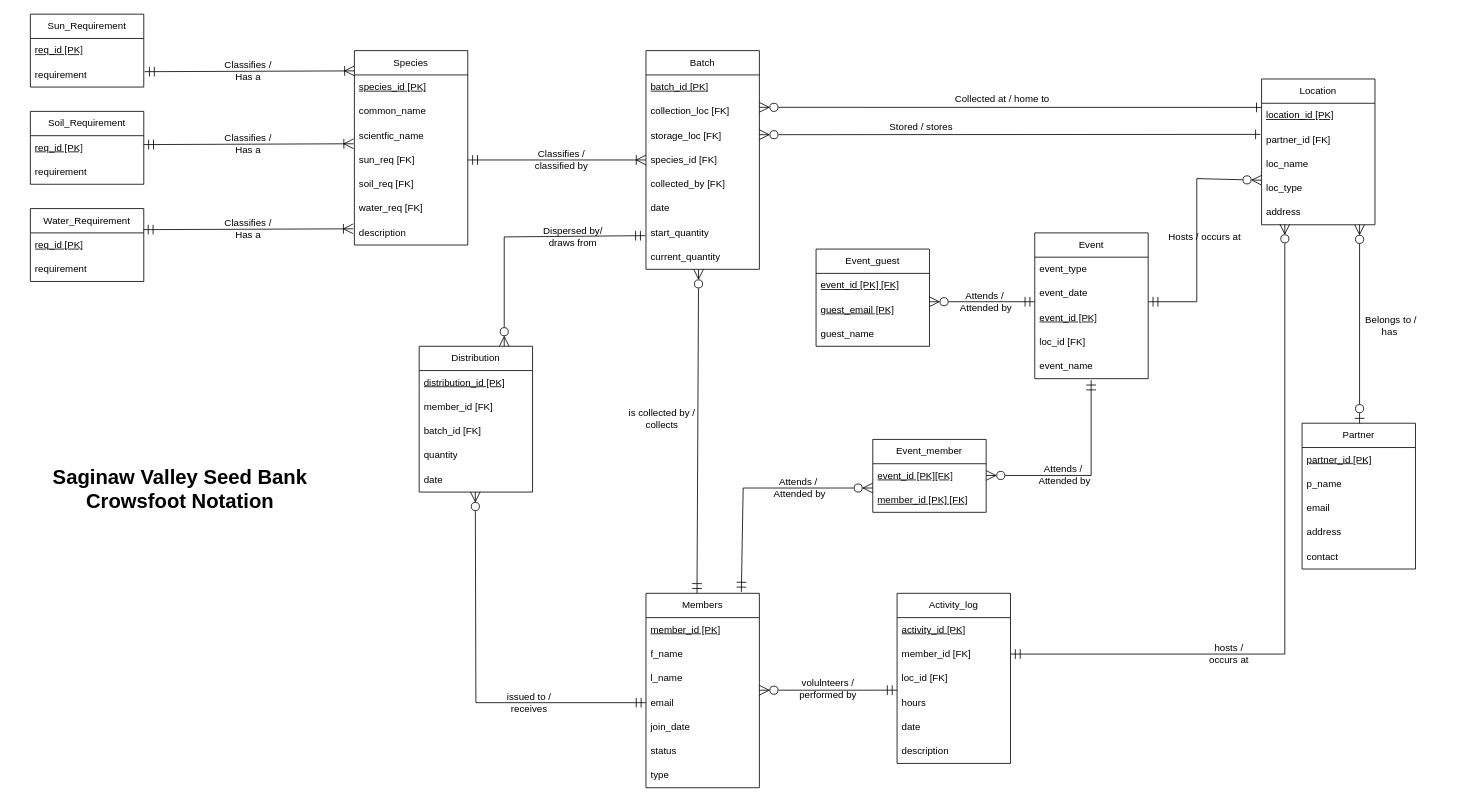
Above: crowsfoot.drawio in mlagrou/seedbank (draw.io), before the change. Source tidied: cells renumbered, new cells numbered last; positions are measured from the earlier drawing's top-left corner, leaving out a move shared by most shapes. Both pictures are drawn from the tidied source at 81%, with x=0, y=0 at pixel (14, 14).
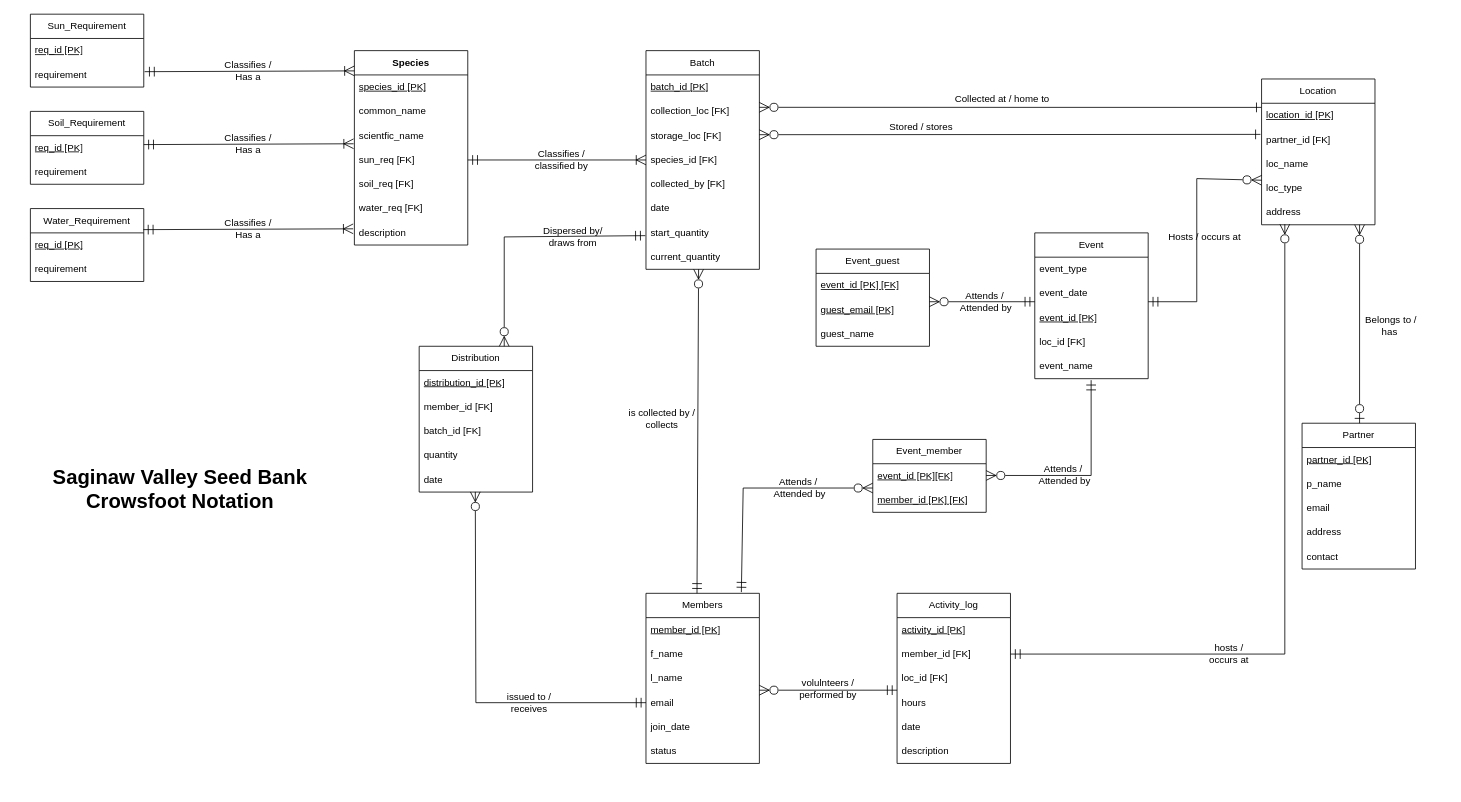
Above is the later version.

Diff of the diagram source:
```diff
@@
-    <mxCell id="2" value="Species" style="swimlane;fontStyle=0;horizontal=1;startSize=30;whiteSpace=wrap;html=1;" parent="1" vertex="1">
+    <mxCell id="2" value="Species" style="swimlane;fontStyle=1;horizontal=1;startSize=30;whiteSpace=wrap;html=1;" parent="1" vertex="1">
       <mxGeometry x="420" y="45" width="140" height="240" as="geometry" />
     </mxCell>
@@
     <mxCell id="16" value="Members" style="swimlane;fontStyle=0;horizontal=1;startSize=30;whiteSpace=wrap;html=1;" parent="1" vertex="1">
-      <mxGeometry x="780" y="715" width="140" height="240" as="geometry" />
+      <mxGeometry x="780" y="715" width="140" height="210" as="geometry" />
     </mxCell>
@@
-    <mxCell id="23" value="type" style="text;strokeColor=none;fillColor=none;align=left;verticalAlign=middle;spacingLeft=4;spacingRight=4;overflow=hidden;whiteSpace=wrap;html=1;" parent="16" vertex="1">
-      <mxGeometry y="210" width="140" height="30" as="geometry" />
-    </mxCell>
```
